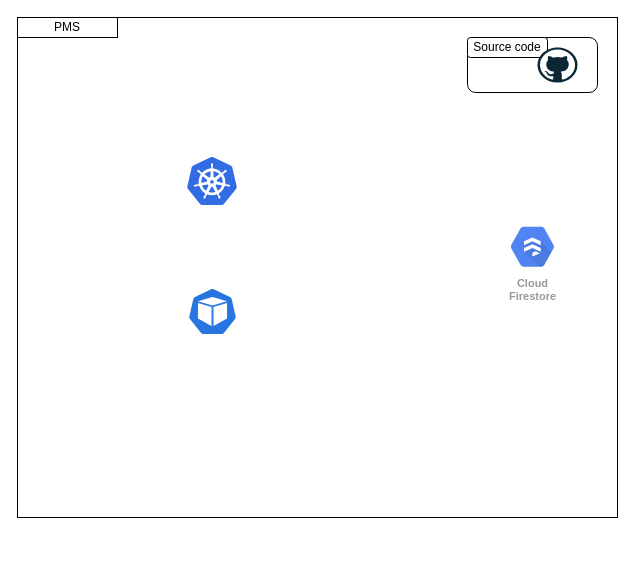
This is documentation/components_and_interfaces.drawio from JaromirCharles/PMS, a draw.io file, before an edit. Source tidied: cells renumbered, new cells numbered last; positions are measured from the earlier drawing's top-left corner, leaving out a move shared by most shapes. Both pictures are drawn from the tidied source at 100%, with x=0, y=0 at pixel (17, 17).
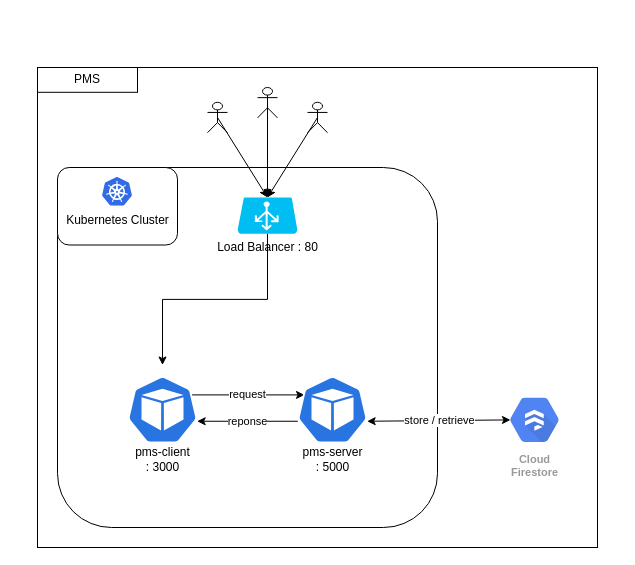
The same diagram, later.

The edit, as a diff of the source:
```diff
@@
-    <mxCell id="2" style="group;" parent="1" vertex="1">
-      <mxGeometry width="600" height="500" as="geometry" />
-    </mxCell>
-    <mxCell id="3" style="rounded=0;whiteSpace=wrap;html=1;" parent="2" vertex="1">
-      <mxGeometry width="600" height="500" as="geometry" />
-    </mxCell>
+    <mxCell id="12" style="rounded=0;whiteSpace=wrap;html=1;" parent="1" vertex="1">
+      <mxGeometry x="20" y="50" width="560" height="480" as="geometry" />
+    </mxCell>
+    <mxCell id="13" style="rounded=1;whiteSpace=wrap;html=1;" parent="1" vertex="1">
+      <mxGeometry x="40" y="150" width="380" height="360" as="geometry" />
+    </mxCell>
-    <mxCell id="4" value="PMS" style="rounded=0;whiteSpace=wrap;html=1;" parent="2" vertex="1">
-      <mxGeometry width="100" height="20" as="geometry" />
+    <mxCell id="4" value="PMS" style="rounded=0;whiteSpace=wrap;html=1;" parent="1" vertex="1">
+      <mxGeometry x="20" y="50" width="100" height="24.8" as="geometry" />
     </mxCell>
-    <mxCell id="5" style="group;" parent="2" vertex="1">
-      <mxGeometry x="450" y="20" width="130" height="55" as="geometry" />
-    </mxCell>
-    <mxCell id="6" style="rounded=1;whiteSpace=wrap;html=1;" parent="5" vertex="1">
-      <mxGeometry width="130" height="55" as="geometry" />
-    </mxCell>
-    <mxCell id="7" value="Source code" style="rounded=1;whiteSpace=wrap;html=1;" parent="5" vertex="1">
-      <mxGeometry width="80" height="20" as="geometry" />
-    </mxCell>
-    <mxCell id="8" style="dashed=0;html=1;align=center;labelPosition=center;verticalLabelPosition=bottom;verticalAlign=top;shape=mxgraph.weblogos.github;" parent="5" vertex="1">
-      <mxGeometry x="70" y="10" width="40" height="35" as="geometry" />
-    </mxCell>
-    <mxCell id="9" value="Cloud&#10;Firestore" style="html=1;fillColor=#5184F3;strokeColor=none;verticalAlign=top;labelPosition=center;verticalLabelPosition=bottom;align=center;spacingTop=-6;fontSize=11;fontStyle=1;fontColor=#999999;shape=mxgraph.gcp2.hexIcon;prIcon=cloud_firestore;" parent="2" vertex="1">
-      <mxGeometry x="482" y="200" width="66" height="58.5" as="geometry" />
+    <mxCell id="9" value="Cloud&#10;Firestore" style="html=1;fillColor=#5184F3;strokeColor=none;verticalAlign=top;labelPosition=center;verticalLabelPosition=bottom;align=center;spacingTop=-6;fontSize=11;fontStyle=1;fontColor=#999999;shape=mxgraph.gcp2.hexIcon;prIcon=cloud_firestore;" parent="1" vertex="1">
+      <mxGeometry x="480" y="370" width="74" height="64.8" as="geometry" />
     </mxCell>
-    <mxCell id="10" style="html=1;dashed=0;whitespace=wrap;fillColor=#2875E2;strokeColor=#ffffff;shape=mxgraph.kubernetes.icon;prIcon=pod;" parent="2" vertex="1">
-      <mxGeometry x="170" y="270" width="50" height="48" as="geometry" />
-    </mxCell>
-    <mxCell id="11" style="html=1;align=center;image;fontSize=12;image=img/lib/mscae/Kubernetes.svg;" parent="2" vertex="1">
-      <mxGeometry x="170" y="140" width="50" height="48" as="geometry" />
-    </mxCell>
+    <mxCell id="14" value="request" style="edgeStyle=none;rounded=0;orthogonalLoop=1;jettySize=auto;html=1;exitX=0.9;exitY=0.2;exitDx=0;exitDy=0;exitPerimeter=0;entryX=0.1;entryY=0.2;entryDx=0;entryDy=0;entryPerimeter=0;" parent="1" edge="1">
+      <mxGeometry relative="1" as="geometry">
+        <mxPoint x="173" y="377.4" as="sourcePoint" />
+        <mxPoint x="287" y="377.4" as="targetPoint" />
+      </mxGeometry>
+    </mxCell>
+    <mxCell id="15" value="&lt;br&gt;&lt;br&gt;&lt;br&gt;&lt;br&gt;&lt;br&gt;&lt;br&gt;&lt;br&gt;pms-client&lt;br&gt;: 3000" style="html=1;dashed=0;whitespace=wrap;fillColor=#2875E2;strokeColor=#ffffff;points=[[0.005,0.63,0],[0.1,0.2,0],[0.9,0.2,0],[0.5,0,0],[0.995,0.63,0],[0.72,0.99,0],[0.5,1,0],[0.28,0.99,0]];shape=mxgraph.kubernetes.icon;prIcon=pod;" parent="1" vertex="1">
+      <mxGeometry x="110" y="347.5" width="70" height="89.3" as="geometry" />
+    </mxCell>
+    <mxCell id="16" style="rounded=1;whiteSpace=wrap;html=1;" parent="1" vertex="1">
+      <mxGeometry x="40" y="150" width="120" height="77.5" as="geometry" />
+    </mxCell>
+    <mxCell id="17" style="edgeStyle=orthogonalEdgeStyle;rounded=0;jettySize=auto;html=1;exitX=0.5;exitY=1;exitDx=0;exitDy=0;exitPerimeter=0;entryX=0.5;entryY=0;entryDx=0;entryDy=0;entryPerimeter=0;" parent="1" edge="1" source="18" target="15">
+      <mxGeometry relative="1" as="geometry" />
+    </mxCell>
+    <mxCell id="18" value="Load Balancer : 80" style="verticalLabelPosition=bottom;html=1;verticalAlign=top;align=center;strokeColor=none;fillColor=#00BEF2;shape=mxgraph.azure.azure_load_balancer;" parent="1" vertex="1">
+      <mxGeometry x="220" y="180" width="60" height="36.2" as="geometry" />
+    </mxCell>
+    <mxCell id="19" value="Kubernetes Cluster" style="html=1;align=center;image;fontSize=12;image=img/lib/mscae/Kubernetes.svg;" parent="1" vertex="1">
+      <mxGeometry x="85" y="160" width="30" height="28.8" as="geometry" />
+    </mxCell>
+    <mxCell id="20" value="reponse" style="edgeStyle=none;rounded=0;jettySize=auto;html=1;exitX=0.005;exitY=0.63;exitDx=0;exitDy=0;exitPerimeter=0;entryX=0.995;entryY=0.63;entryDx=0;entryDy=0;entryPerimeter=0;" parent="1" edge="1" source="22" target="15">
+      <mxGeometry relative="1" as="geometry" />
+    </mxCell>
+    <mxCell id="21" value="store / retrieve" style="edgeStyle=none;rounded=0;jettySize=auto;html=1;exitX=0.995;exitY=0.63;exitDx=0;exitDy=0;exitPerimeter=0;entryX=0.175;entryY=0.5;entryDx=0;entryDy=0;entryPerimeter=0;startArrow=classic;startFill=1;" parent="1" edge="1" source="22" target="9">
+      <mxGeometry relative="1" as="geometry" />
+    </mxCell>
+    <mxCell id="22" value="&lt;br&gt;&lt;br&gt;&lt;br&gt;&lt;br&gt;&lt;br&gt;&lt;br&gt;&lt;br&gt;pms-server&lt;br&gt;: 5000" style="html=1;dashed=0;whitespace=wrap;fillColor=#2875E2;strokeColor=#ffffff;points=[[0.005,0.63,0],[0.1,0.2,0],[0.9,0.2,0],[0.5,0,0],[0.995,0.63,0],[0.72,0.99,0],[0.5,1,0],[0.28,0.99,0]];shape=mxgraph.kubernetes.icon;prIcon=pod;" parent="1" vertex="1">
+      <mxGeometry x="280" y="347.5" width="70" height="89.3" as="geometry" />
+    </mxCell>
+    <mxCell id="23" style="rounded=0;jettySize=auto;html=1;exitX=0.5;exitY=0.5;exitDx=0;exitDy=0;exitPerimeter=0;entryX=0.5;entryY=0;entryDx=0;entryDy=0;entryPerimeter=0;" parent="1" edge="1" source="24" target="18">
+      <mxGeometry relative="1" as="geometry" />
+    </mxCell>
+    <mxCell id="24" style="shape=umlActor;verticalLabelPosition=bottom;verticalAlign=top;html=1;outlineConnect=0;rounded=1;" parent="1" vertex="1">
+      <mxGeometry x="240" y="70" width="20" height="30.4" as="geometry" />
+    </mxCell>
+    <mxCell id="25" style="edgeStyle=none;rounded=0;jettySize=auto;html=1;exitX=0.5;exitY=0.5;exitDx=0;exitDy=0;exitPerimeter=0;entryX=0.5;entryY=0;entryDx=0;entryDy=0;entryPerimeter=0;" parent="1" edge="1" source="26" target="18">
+      <mxGeometry relative="1" as="geometry" />
+    </mxCell>
+    <mxCell id="26" style="shape=umlActor;verticalLabelPosition=bottom;verticalAlign=top;html=1;outlineConnect=0;rounded=1;" parent="1" vertex="1">
+      <mxGeometry x="290" y="84.8" width="20" height="30.4" as="geometry" />
+    </mxCell>
+    <mxCell id="27" style="edgeStyle=none;rounded=0;jettySize=auto;html=1;exitX=0.5;exitY=0.5;exitDx=0;exitDy=0;exitPerimeter=0;entryX=0.5;entryY=0;entryDx=0;entryDy=0;entryPerimeter=0;" parent="1" edge="1" source="28" target="18">
+      <mxGeometry relative="1" as="geometry" />
+    </mxCell>
+    <mxCell id="28" style="shape=umlActor;verticalLabelPosition=bottom;verticalAlign=top;html=1;outlineConnect=0;rounded=1;" parent="1" vertex="1">
+      <mxGeometry x="190" y="84.8" width="20" height="30.4" as="geometry" />
+    </mxCell>
```
